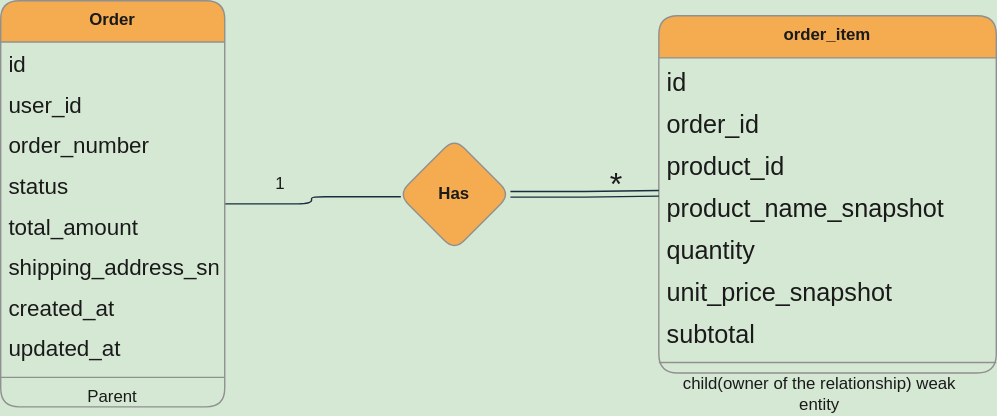
Before: System Design/Database/orderService_db.drawio.svg, a diagram exported from draw.io (Sandesh12adk/Daraz). Source tidied: cells renumbered, new cells last; positions are measured from the earlier drawing's top-left corner, leaving out a move shared by most shapes.
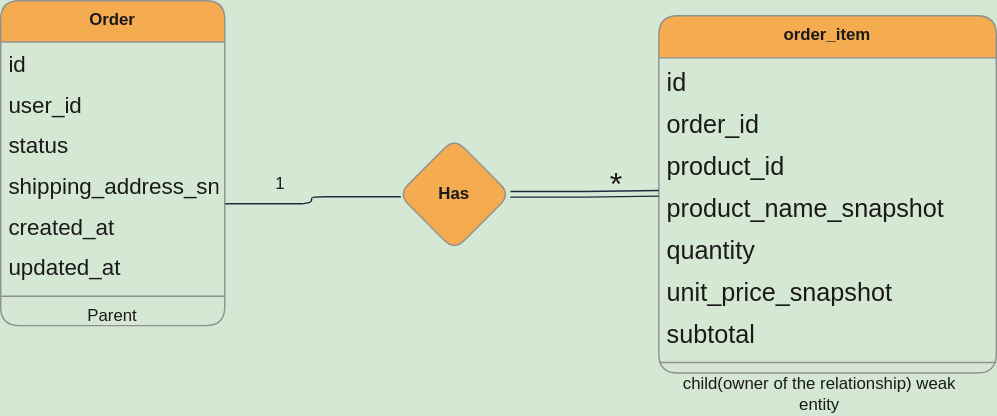
After the commit.

The edit, as a diff of the source:
```diff
@@ -11,7 +11,7 @@
       </mxGeometry>
     </mxCell>
     <mxCell id="3" value="Order" style="swimlane;fontStyle=1;align=center;verticalAlign=top;horizontal=1;startSize=29.473684210526315;fillColor=#F5AB50;strokeColor=#909090;fontColor=#1A1A1A;labelBackgroundColor=none;rounded=1;" parent="1" vertex="1">
-      <mxGeometry width="160" height="290" as="geometry" />
+      <mxGeometry width="160" height="232" as="geometry" />
     </mxCell>
     <mxCell id="4" value="id" style="text;strokeColor=none;fillColor=none;align=left;verticalAlign=top;spacingLeft=4;spacingRight=4;overflow=hidden;fontSize=16;labelBackgroundColor=none;fontColor=#1A1A1A;rounded=1;" parent="3" vertex="1">
       <mxGeometry y="29.5" width="160" height="29" as="geometry" />
@@ -19,29 +19,23 @@
     <mxCell id="5" value="user_id" style="text;strokeColor=none;fillColor=none;align=left;verticalAlign=top;spacingLeft=4;spacingRight=4;overflow=hidden;fontSize=16;labelBackgroundColor=none;fontColor=#1A1A1A;rounded=1;" parent="3" vertex="1">
       <mxGeometry y="58.5" width="160" height="29" as="geometry" />
     </mxCell>
-    <mxCell id="6" value="order_number" style="text;strokeColor=none;fillColor=none;align=left;verticalAlign=top;spacingLeft=4;spacingRight=4;overflow=hidden;fontSize=16;labelBackgroundColor=none;fontColor=#1A1A1A;rounded=1;" parent="3" vertex="1">
-      <mxGeometry y="87.5" width="160" height="29" as="geometry" />
-    </mxCell>
     <mxCell id="7" value="status" style="text;strokeColor=none;fillColor=none;align=left;verticalAlign=top;spacingLeft=4;spacingRight=4;overflow=hidden;fontSize=16;labelBackgroundColor=none;fontColor=#1A1A1A;rounded=1;" parent="3" vertex="1">
-      <mxGeometry y="116.5" width="160" height="29" as="geometry" />
+      <mxGeometry y="87.5" width="160" height="29" as="geometry" />
     </mxCell>
-    <mxCell id="8" value="total_amount" style="text;strokeColor=none;fillColor=none;align=left;verticalAlign=top;spacingLeft=4;spacingRight=4;overflow=hidden;fontSize=16;labelBackgroundColor=none;fontColor=#1A1A1A;rounded=1;" parent="3" vertex="1">
-      <mxGeometry y="145.5" width="160" height="29" as="geometry" />
-    </mxCell>
     <mxCell id="9" value="shipping_address_snapshot" style="text;strokeColor=none;fillColor=none;align=left;verticalAlign=top;spacingLeft=4;spacingRight=4;overflow=hidden;fontSize=16;labelBackgroundColor=none;fontColor=#1A1A1A;rounded=1;" parent="3" vertex="1">
-      <mxGeometry y="174.5" width="160" height="29" as="geometry" />
+      <mxGeometry y="116.5" width="160" height="29" as="geometry" />
     </mxCell>
     <mxCell id="10" value="created_at" style="text;strokeColor=none;fillColor=none;align=left;verticalAlign=top;spacingLeft=4;spacingRight=4;overflow=hidden;fontSize=16;labelBackgroundColor=none;fontColor=#1A1A1A;rounded=1;" parent="3" vertex="1">
-      <mxGeometry y="203.5" width="160" height="29" as="geometry" />
+      <mxGeometry y="145.5" width="160" height="29" as="geometry" />
     </mxCell>
     <mxCell id="11" value="updated_at" style="text;strokeColor=none;fillColor=none;align=left;verticalAlign=top;spacingLeft=4;spacingRight=4;overflow=hidden;fontSize=16;labelBackgroundColor=none;fontColor=#1A1A1A;rounded=1;" parent="3" vertex="1">
-      <mxGeometry y="232.5" width="160" height="29" as="geometry" />
+      <mxGeometry y="174.5" width="160" height="29" as="geometry" />
     </mxCell>
     <mxCell id="12" style="line;strokeWidth=1;fillColor=none;align=left;verticalAlign=middle;spacingTop=-1;spacingLeft=3;spacingRight=3;labelPosition=right;strokeColor=#909090;labelBackgroundColor=none;fontColor=#1A1A1A;rounded=1;" parent="3" vertex="1">
-      <mxGeometry y="261.5" width="160" height="15" as="geometry" />
+      <mxGeometry y="203.5" width="160" height="15" as="geometry" />
     </mxCell>
     <mxCell id="13" value="Parent" style="text;html=1;whiteSpace=wrap;strokeColor=none;fillColor=none;align=center;verticalAlign=middle;rounded=1;fontColor=#1A1A1A;" parent="3" vertex="1">
-      <mxGeometry y="276.5" width="160" height="13.5" as="geometry" />
+      <mxGeometry y="218.5" width="160" height="13.5" as="geometry" />
     </mxCell>
     <mxCell id="14" value="order_item" style="swimlane;fontStyle=1;align=center;verticalAlign=top;horizontal=1;startSize=30.11764705882353;fillColor=#F5AB50;strokeColor=#909090;fontColor=#1A1A1A;labelBackgroundColor=none;rounded=1;" parent="1" vertex="1">
       <mxGeometry x="470" y="10.7" width="241" height="255.1" as="geometry" />
```
